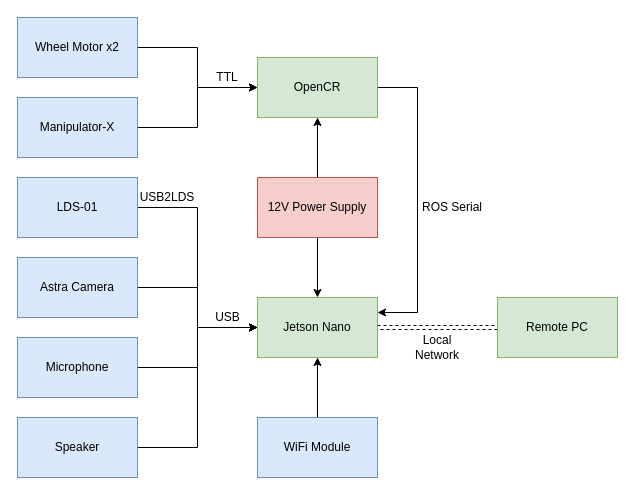
Above: page "Hardware Architecture" (1 of 4) of MR2.drawio in supercatex/flowchart (draw.io), before the change. Source tidied: cells renumbered, new cells numbered last; positions are measured from the earlier drawing's top-left corner, leaving out a move shared by most shapes. Both pictures are drawn from the tidied source at 100%, with x=0, y=0 at pixel (17, 17).
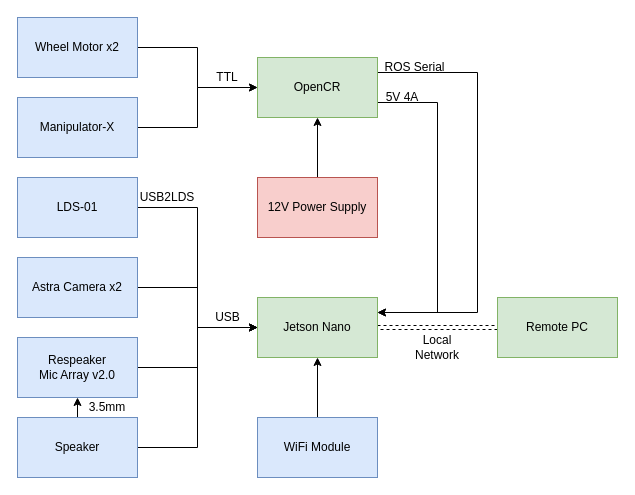
The same page after the edit.

The change refers to these unchanged cells:
```xml
<mxCell id="13" value="Speaker" style="rounded=0;whiteSpace=wrap;html=1;align=center;fillColor=#dae8fc;strokeColor=#6c8ebf;" parent="1" vertex="1">
  <mxGeometry y="400" width="120" height="60" as="geometry" />
</mxCell>
<mxCell id="15" value="OpenCR" style="rounded=0;whiteSpace=wrap;html=1;align=center;fillColor=#d5e8d4;strokeColor=#82b366;" parent="1" vertex="1">
  <mxGeometry x="240" y="40" width="120" height="60" as="geometry" />
</mxCell>
<mxCell id="17" value="Jetson Nano" style="rounded=0;whiteSpace=wrap;html=1;align=center;fillColor=#d5e8d4;strokeColor=#82b366;" parent="1" vertex="1">
  <mxGeometry x="240" y="280" width="120" height="60" as="geometry" />
</mxCell>
<mxCell id="23" value="12V Power Supply" style="rounded=0;whiteSpace=wrap;html=1;align=center;fillColor=#f8cecc;strokeColor=#b85450;" parent="1" vertex="1">
  <mxGeometry x="240" y="160" width="120" height="60" as="geometry" />
</mxCell>
```

Diff of the diagram source:
```diff
@@
-    <mxCell id="9" value="Astra Camera" style="rounded=0;whiteSpace=wrap;html=1;fillColor=#dae8fc;strokeColor=#6c8ebf;" parent="1" vertex="1">
+    <mxCell id="9" value="Astra Camera x2" style="rounded=0;whiteSpace=wrap;html=1;fillColor=#dae8fc;strokeColor=#6c8ebf;" parent="1" vertex="1">
       <mxGeometry y="240" width="120" height="60" as="geometry" />
     </mxCell>
@@
-    <mxCell id="11" value="Microphone" style="rounded=0;whiteSpace=wrap;html=1;align=center;fillColor=#dae8fc;strokeColor=#6c8ebf;" parent="1" vertex="1">
+    <mxCell id="11" value="Respeaker&lt;br&gt;Mic Array v2.0" style="rounded=0;whiteSpace=wrap;html=1;align=center;fillColor=#dae8fc;strokeColor=#6c8ebf;" parent="1" vertex="1">
       <mxGeometry y="320" width="120" height="60" as="geometry" />
     </mxCell>
@@
+    <mxCell id="29" style="edgeStyle=orthogonalEdgeStyle;rounded=0;jettySize=auto;html=1;exitX=0.5;exitY=0;exitDx=0;exitDy=0;entryX=0.5;entryY=1;entryDx=0;entryDy=0;fontColor=#000000;" parent="1" edge="1" source="13" target="11">
+      <mxGeometry relative="1" as="geometry" />
+    </mxCell>
@@
-    <mxCell id="14" style="edgeStyle=orthogonalEdgeStyle;rounded=0;jettySize=auto;html=1;exitX=1;exitY=0.5;exitDx=0;exitDy=0;entryX=1;entryY=0.25;entryDx=0;entryDy=0;startArrow=none;startFill=0;" parent="1" edge="1" source="15" target="17">
-      <mxGeometry relative="1" as="geometry">
-        <Array as="points">
-          <mxPoint x="400" y="70" />
-          <mxPoint x="400" y="295" />
-        </Array>
-      </mxGeometry>
-    </mxCell>
+    <mxCell id="30" style="edgeStyle=orthogonalEdgeStyle;rounded=0;jettySize=auto;html=1;exitX=1;exitY=0.75;exitDx=0;exitDy=0;entryX=1;entryY=0.25;entryDx=0;entryDy=0;fontColor=#000000;" parent="1" edge="1" source="15" target="17">
+      <mxGeometry relative="1" as="geometry">
+        <Array as="points">
+          <mxPoint x="420" y="85" />
+          <mxPoint x="420" y="295" />
+        </Array>
+      </mxGeometry>
+    </mxCell>
+    <mxCell id="31" style="edgeStyle=orthogonalEdgeStyle;rounded=0;jettySize=auto;html=1;exitX=1;exitY=0.25;exitDx=0;exitDy=0;entryX=1;entryY=0.25;entryDx=0;entryDy=0;fontColor=#000000;" parent="1" edge="1" source="15" target="17">
+      <mxGeometry relative="1" as="geometry">
+        <Array as="points">
+          <mxPoint x="460" y="55" />
+          <mxPoint x="460" y="295" />
+        </Array>
+      </mxGeometry>
+    </mxCell>
@@
-    <mxCell id="22" style="edgeStyle=orthogonalEdgeStyle;rounded=0;jettySize=auto;html=1;exitX=0.5;exitY=1;exitDx=0;exitDy=0;entryX=0.5;entryY=0;entryDx=0;entryDy=0;" parent="1" edge="1" source="23" target="17">
-      <mxGeometry relative="1" as="geometry" />
-    </mxCell>
@@
     <mxCell id="27" value="ROS Serial" style="text;html=1;strokeColor=none;fillColor=none;align=center;verticalAlign=middle;whiteSpace=wrap;rounded=0;" parent="1" vertex="1">
-      <mxGeometry x="400" y="180" width="70" height="20" as="geometry" />
+      <mxGeometry x="365" y="40" width="65" height="20" as="geometry" />
     </mxCell>
@@
+    <mxCell id="32" value="5V 4A" style="text;html=1;strokeColor=none;fillColor=none;align=center;verticalAlign=middle;whiteSpace=wrap;rounded=0;labelBackgroundColor=none;fontColor=#000000;" parent="1" vertex="1">
+      <mxGeometry x="365" y="70" width="40" height="20" as="geometry" />
+    </mxCell>
+    <mxCell id="33" value="3.5mm" style="text;html=1;strokeColor=none;fillColor=none;align=center;verticalAlign=middle;whiteSpace=wrap;rounded=0;labelBackgroundColor=none;fontColor=#000000;" parent="1" vertex="1">
+      <mxGeometry x="70" y="380" width="40" height="20" as="geometry" />
+    </mxCell>
```
